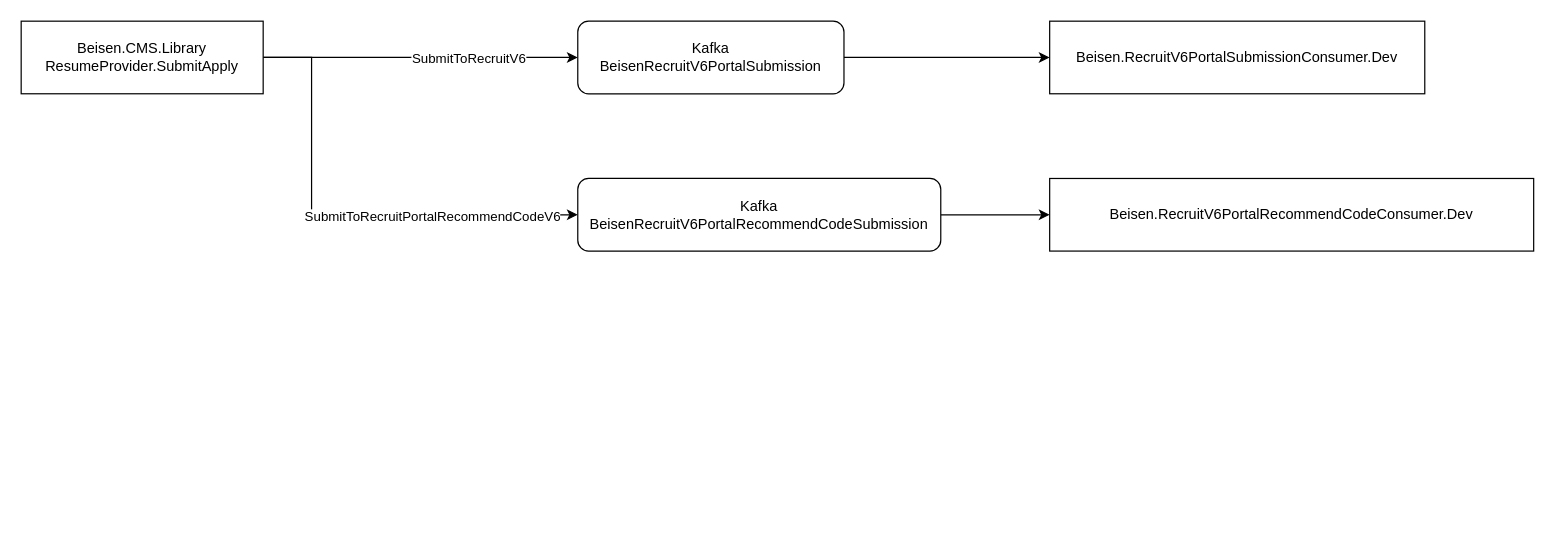
The draw.io diagram 网申入库.drawio in Lucas20029/MyDiagrams, before the edit. Source tidied: cells renumbered, new cells numbered last; positions are measured from the earlier drawing's top-left corner, leaving out a move shared by most shapes. Both pictures are drawn from the tidied source at 121%, with x=0, y=0 at pixel (21, 21).
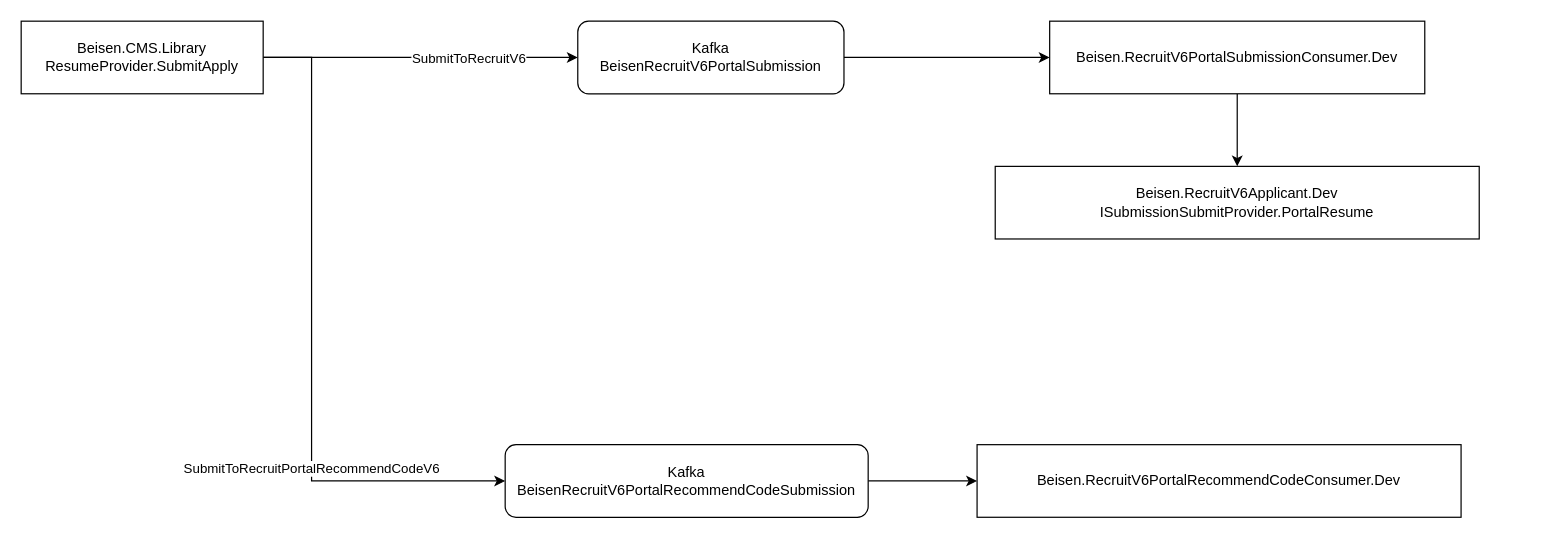
The same page after the edit.

Diff of the diagram source:
```diff
@@
 <mxGraphModel>
   <root>
     <mxCell id="0" />
     <mxCell id="1" parent="0" />
     <mxCell id="2" style="edgeStyle=orthogonalEdgeStyle;rounded=0;jettySize=auto;html=1;exitX=1;exitY=0.5;exitDx=0;exitDy=0;" parent="1" edge="1" source="6" target="8">
       <mxGeometry relative="1" as="geometry" />
     </mxCell>
     <mxCell id="3" value="SubmitToRecruitV6" style="edgeLabel;html=1;align=center;verticalAlign=middle;" parent="2" vertex="1">
       <mxGeometry x="0.18" relative="1" as="geometry">
         <mxPoint x="16" as="offset" />
       </mxGeometry>
     </mxCell>
     <mxCell id="4" style="edgeStyle=orthogonalEdgeStyle;rounded=0;jettySize=auto;html=1;exitX=1;exitY=0.5;exitDx=0;exitDy=0;entryX=0;entryY=0.5;entryDx=0;entryDy=0;" parent="1" edge="1" source="6" target="11">
       <mxGeometry relative="1" as="geometry">
         <Array as="points">
           <mxPoint x="240" y="30" />
-          <mxPoint x="240" y="160" />
+          <mxPoint x="240" y="380" />
         </Array>
       </mxGeometry>
     </mxCell>
     <mxCell id="5" value="SubmitToRecruitPortalRecommendCodeV6" style="edgeLabel;html=1;align=center;verticalAlign=middle;" parent="4" vertex="1">
       <mxGeometry x="0.38" y="-1" relative="1" as="geometry" />
     </mxCell>
     <mxCell id="6" value="Beisen.CMS.Library&lt;br&gt;ResumeProvider.SubmitApply" style="rounded=0;whiteSpace=wrap;html=1;" parent="1" vertex="1">
       <mxGeometry width="200" height="60" as="geometry" />
     </mxCell>
     <mxCell id="7" style="edgeStyle=orthogonalEdgeStyle;rounded=0;jettySize=auto;html=1;exitX=1;exitY=0.5;exitDx=0;exitDy=0;entryX=0;entryY=0.5;entryDx=0;entryDy=0;" parent="1" edge="1" source="8" target="9">
       <mxGeometry relative="1" as="geometry" />
     </mxCell>
     <mxCell id="8" value="Kafka&lt;br&gt;BeisenRecruitV6PortalSubmission" style="rounded=1;whiteSpace=wrap;html=1;" parent="1" vertex="1">
       <mxGeometry x="460" width="220" height="60" as="geometry" />
     </mxCell>
+    <mxCell id="13" style="edgeStyle=orthogonalEdgeStyle;rounded=0;jettySize=auto;html=1;exitX=0.5;exitY=1;exitDx=0;exitDy=0;" parent="1" edge="1" source="9" target="14">
+      <mxGeometry relative="1" as="geometry" />
+    </mxCell>
     <mxCell id="9" value="Beisen.RecruitV6PortalSubmissionConsumer.Dev" style="rounded=0;whiteSpace=wrap;html=1;" parent="1" vertex="1">
       <mxGeometry x="850" width="310" height="60" as="geometry" />
     </mxCell>
     <mxCell id="10" style="edgeStyle=orthogonalEdgeStyle;rounded=0;jettySize=auto;html=1;exitX=1;exitY=0.5;exitDx=0;exitDy=0;" parent="1" edge="1" source="11" target="12">
       <mxGeometry relative="1" as="geometry" />
     </mxCell>
     <mxCell id="11" value="Kafka&lt;br&gt;BeisenRecruitV6PortalRecommendCodeSubmission" style="rounded=1;whiteSpace=wrap;html=1;" parent="1" vertex="1">
-      <mxGeometry x="460" y="130" width="300" height="60" as="geometry" />
+      <mxGeometry x="400" y="350" width="300" height="60" as="geometry" />
     </mxCell>
     <mxCell id="12" value="Beisen.RecruitV6PortalRecommendCodeConsumer.Dev" style="rounded=0;whiteSpace=wrap;html=1;" parent="1" vertex="1">
-      <mxGeometry x="850" y="130" width="400" height="60" as="geometry" />
+      <mxGeometry x="790" y="350" width="400" height="60" as="geometry" />
     </mxCell>
+    <mxCell id="14" value="Beisen.RecruitV6Applicant.Dev&lt;br&gt;ISubmissionSubmitProvider.PortalResume" style="whiteSpace=wrap;html=1;" parent="1" vertex="1">
+      <mxGeometry x="805" y="120" width="400" height="60" as="geometry" />
+    </mxCell>
   </root>
 </mxGraphModel>
```
